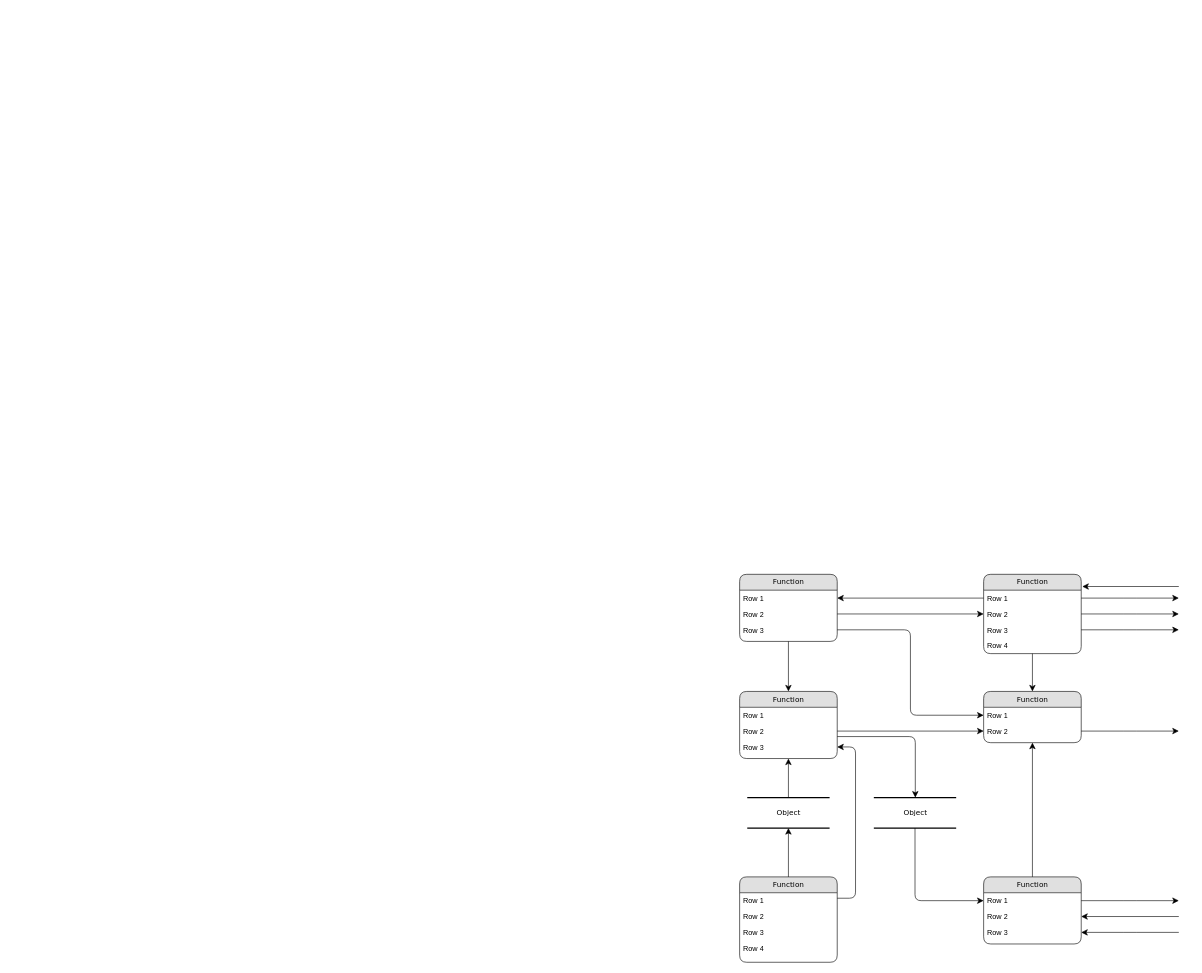
satyajeetsahoo2001/crud keeps this draw.io diagram as subhadra-flow.drawio. Above is the earlier version. Source tidied: cells renumbered, new cells numbered last; positions are measured from the earlier drawing's top-left corner, leaving out a move shared by most shapes. Both pictures are drawn from the tidied source at 61%, with x=0, y=0 at pixel (739, 574).
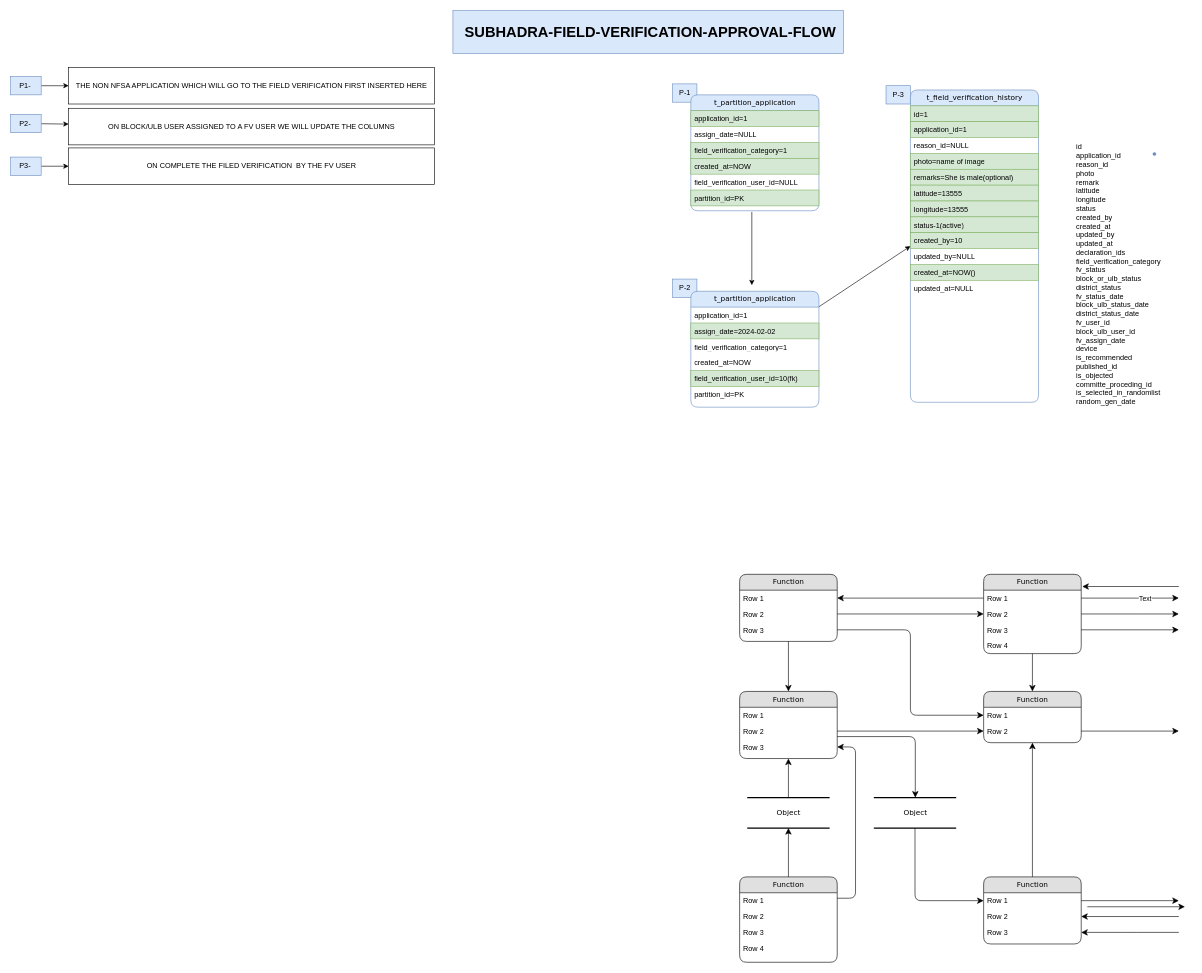
Above is the later version.

Unchanged cells that the change refers to:
```xml
<mxCell id="45" style="edgeStyle=orthogonalEdgeStyle;html=1;exitX=1;exitY=0.5;labelBackgroundColor=none;startFill=0;startSize=8;endFill=1;endSize=8;fontFamily=Verdana;fontSize=12;" parent="1" edge="1" source="8">
  <mxGeometry relative="1" as="geometry">
    <mxPoint x="720" y="39" as="targetPoint" />
  </mxGeometry>
</mxCell>
```

Change to the diagram source:
```diff
@@
+    <mxCell id="49" value="P-3" style="text;html=1;align=center;verticalAlign=middle;strokeColor=#6c8ebf;fillColor=#dae8fc;" parent="1" vertex="1">
+      <mxGeometry x="240" y="-801" width="40" height="30" as="geometry" />
+    </mxCell>
+    <mxCell id="50" value="P-2" style="text;html=1;align=center;verticalAlign=middle;strokeColor=#6c8ebf;fillColor=#dae8fc;" parent="1" vertex="1">
+      <mxGeometry x="-110" y="-484" width="40" height="30" as="geometry" />
+    </mxCell>
@@
+    <mxCell id="51" value="Text" style="edgeLabel;html=1;align=center;verticalAlign=middle;" parent="45" vertex="1">
+      <mxGeometry x="0.29" relative="1" as="geometry">
+        <mxPoint x="1" as="offset" />
+      </mxGeometry>
+    </mxCell>
@@
+    <mxCell id="52" value="&lt;h1&gt;&amp;nbsp;SUBHADRA-FIELD-VERIFICATION-APPROVAL-FLOW&lt;/h1&gt;" style="text;html=1;align=center;verticalAlign=middle;strokeColor=#6c8ebf;fillColor=#dae8fc;" parent="1" vertex="1">
+      <mxGeometry x="-470" y="-924" width="640" height="70" as="geometry" />
+    </mxCell>
+    <mxCell id="53" value="P-1" style="text;html=1;align=center;verticalAlign=middle;strokeColor=#6c8ebf;fillColor=#dae8fc;" parent="1" vertex="1">
+      <mxGeometry x="-110" y="-804" width="40" height="30" as="geometry" />
+    </mxCell>
+    <mxCell id="54" style="edgeStyle=orthogonalEdgeStyle;rounded=0;jettySize=auto;html=1;" parent="1" edge="1" source="55" target="56">
+      <mxGeometry relative="1" as="geometry" />
+    </mxCell>
+    <mxCell id="55" value="P1-&amp;nbsp;" style="text;html=1;align=center;verticalAlign=middle;points=[];strokeColor=#6c8ebf;fillColor=#dae8fc;" parent="1" vertex="1">
+      <mxGeometry x="-1195" y="-816" width="50" height="30" as="geometry" />
+    </mxCell>
+    <mxCell id="56" value="THE NON NFSA APPLICATION WHICH WILL GO TO THE FIELD VERIFICATION FIRST INSERTED HERE" style="whiteSpace=wrap;html=1;" parent="1" vertex="1">
+      <mxGeometry x="-1100" y="-831" width="600" height="60" as="geometry" />
+    </mxCell>
+    <mxCell id="57" style="edgeStyle=none;rounded=0;jettySize=auto;html=1;entryX=0;entryY=0.5;entryDx=0;entryDy=0;" parent="1" edge="1" source="58" target="79">
+      <mxGeometry relative="1" as="geometry" />
+    </mxCell>
+    <mxCell id="58" value="t_partition_application" style="swimlane;html=1;fontStyle=0;horizontal=1;startSize=26;fillColor=#dae8fc;swimlaneFillColor=#ffffff;align=center;rounded=1;shadow=0;comic=0;labelBackgroundColor=none;strokeWidth=1;fontFamily=Verdana;fontSize=12;strokeColor=#6c8ebf;" parent="1" vertex="1">
+      <mxGeometry x="-80" y="-464" width="210" height="190" as="geometry" />
+    </mxCell>
+    <mxCell id="59" value="application_id=1" style="text;html=1;strokeColor=none;fillColor=none;spacingLeft=4;spacingRight=4;whiteSpace=wrap;overflow=hidden;" parent="58" vertex="1">
+      <mxGeometry y="26" width="210" height="26" as="geometry" />
+    </mxCell>
+    <mxCell id="60" value="assign_date=2024-02-02" style="text;html=1;strokeColor=#82b366;fillColor=#d5e8d4;spacingLeft=4;spacingRight=4;whiteSpace=wrap;overflow=hidden;" parent="58" vertex="1">
+      <mxGeometry y="52" width="210" height="26" as="geometry" />
+    </mxCell>
+    <mxCell id="61" value="field_verification_category=1" style="text;html=1;strokeColor=none;fillColor=none;spacingLeft=4;spacingRight=4;whiteSpace=wrap;overflow=hidden;" parent="58" vertex="1">
+      <mxGeometry y="78" width="210" height="26" as="geometry" />
+    </mxCell>
+    <mxCell id="62" value="created_at=NOW" style="text;html=1;strokeColor=none;fillColor=none;spacingLeft=4;spacingRight=4;whiteSpace=wrap;overflow=hidden;" parent="58" vertex="1">
+      <mxGeometry y="104" width="210" height="26" as="geometry" />
+    </mxCell>
+    <mxCell id="63" value="field_verification_user_id=10(fk)" style="text;html=1;strokeColor=#82b366;fillColor=#d5e8d4;spacingLeft=4;spacingRight=4;whiteSpace=wrap;overflow=hidden;" parent="58" vertex="1">
+      <mxGeometry y="130" width="210" height="26" as="geometry" />
+    </mxCell>
+    <mxCell id="64" value="partition_id=PK" style="text;html=1;strokeColor=none;fillColor=none;spacingLeft=4;spacingRight=4;whiteSpace=wrap;overflow=hidden;" parent="58" vertex="1">
+      <mxGeometry y="156" width="210" height="26" as="geometry" />
+    </mxCell>
+    <mxCell id="65" style="edgeStyle=orthogonalEdgeStyle;html=1;exitX=1;exitY=0.5;labelBackgroundColor=none;startFill=0;startSize=8;endFill=1;endSize=8;fontFamily=Verdana;fontSize=12;" parent="1" edge="1">
+      <mxGeometry relative="1" as="geometry">
+        <mxPoint x="570" y="545" as="sourcePoint" />
+        <mxPoint x="730" y="545" as="targetPoint" />
+      </mxGeometry>
+    </mxCell>
+    <mxCell id="66" style="edgeStyle=none;rounded=0;jettySize=auto;html=1;" parent="1" edge="1" source="67" target="68">
+      <mxGeometry relative="1" as="geometry" />
+    </mxCell>
+    <mxCell id="67" value="P2-&amp;nbsp;" style="text;html=1;align=center;verticalAlign=middle;points=[];strokeColor=#6c8ebf;fillColor=#dae8fc;" parent="1" vertex="1">
+      <mxGeometry x="-1195" y="-754" width="50" height="30" as="geometry" />
+    </mxCell>
+    <mxCell id="68" value="ON BLOCK/ULB USER ASSIGNED TO A FV USER WE WILL UPDATE THE COLUMNS" style="whiteSpace=wrap;html=1;" parent="1" vertex="1">
+      <mxGeometry x="-1100" y="-764" width="600" height="60" as="geometry" />
+    </mxCell>
+    <mxCell id="69" value="t_partition_application" style="swimlane;html=1;fontStyle=0;horizontal=1;startSize=26;fillColor=#dae8fc;swimlaneFillColor=#ffffff;align=center;rounded=1;shadow=0;comic=0;labelBackgroundColor=none;strokeWidth=1;fontFamily=Verdana;fontSize=12;strokeColor=#6c8ebf;" parent="1" vertex="1">
+      <mxGeometry x="-80" y="-786" width="210" height="190" as="geometry" />
+    </mxCell>
+    <mxCell id="70" value="application_id=1" style="text;html=1;strokeColor=#82b366;fillColor=#d5e8d4;spacingLeft=4;spacingRight=4;whiteSpace=wrap;overflow=hidden;" parent="69" vertex="1">
+      <mxGeometry y="26" width="210" height="26" as="geometry" />
+    </mxCell>
+    <mxCell id="71" value="assign_date=NULL" style="text;html=1;spacingLeft=4;spacingRight=4;whiteSpace=wrap;overflow=hidden;" parent="69" vertex="1">
+      <mxGeometry y="52" width="210" height="26" as="geometry" />
+    </mxCell>
+    <mxCell id="72" value="field_verification_category=1" style="text;html=1;strokeColor=#82b366;fillColor=#d5e8d4;spacingLeft=4;spacingRight=4;whiteSpace=wrap;overflow=hidden;" parent="69" vertex="1">
+      <mxGeometry y="78" width="210" height="26" as="geometry" />
+    </mxCell>
+    <mxCell id="73" value="created_at=NOW" style="text;html=1;strokeColor=#82b366;fillColor=#d5e8d4;spacingLeft=4;spacingRight=4;whiteSpace=wrap;overflow=hidden;" parent="69" vertex="1">
+      <mxGeometry y="104" width="210" height="26" as="geometry" />
+    </mxCell>
+    <mxCell id="74" value="field_verification_user_id=NULL" style="text;html=1;strokeColor=none;fillColor=none;spacingLeft=4;spacingRight=4;whiteSpace=wrap;overflow=hidden;" parent="69" vertex="1">
+      <mxGeometry y="130" width="210" height="26" as="geometry" />
+    </mxCell>
+    <mxCell id="75" value="partition_id=PK" style="text;html=1;strokeColor=#82b366;fillColor=#d5e8d4;spacingLeft=4;spacingRight=4;whiteSpace=wrap;overflow=hidden;" parent="69" vertex="1">
+      <mxGeometry y="156" width="210" height="26" as="geometry" />
+    </mxCell>
+    <mxCell id="76" style="edgeStyle=none;rounded=0;jettySize=auto;html=1;" parent="1" edge="1" source="77" target="78">
+      <mxGeometry relative="1" as="geometry" />
+    </mxCell>
+    <mxCell id="77" value="P3-&amp;nbsp;" style="text;html=1;align=center;verticalAlign=middle;points=[];strokeColor=#6c8ebf;fillColor=#dae8fc;" parent="1" vertex="1">
+      <mxGeometry x="-1195" y="-684" width="50" height="30" as="geometry" />
+    </mxCell>
+    <mxCell id="78" value="ON COMPLETE THE FILED VERIFICATION&amp;nbsp; BY THE FV USER" style="whiteSpace=wrap;html=1;" parent="1" vertex="1">
+      <mxGeometry x="-1100" y="-699" width="600" height="60" as="geometry" />
+    </mxCell>
+    <mxCell id="79" value="t_field_verification_history" style="swimlane;html=1;fontStyle=0;horizontal=1;startSize=26;fillColor=#dae8fc;swimlaneFillColor=#ffffff;align=center;rounded=1;shadow=0;comic=0;labelBackgroundColor=none;strokeWidth=1;fontFamily=Verdana;fontSize=12;strokeColor=#6c8ebf;" parent="1" vertex="1">
+      <mxGeometry x="280" y="-794" width="210" height="512" as="geometry" />
+    </mxCell>
+    <mxCell id="80" value="id=1&lt;span style=&quot;white-space: pre;&quot;&gt;&#9;&lt;/span&gt;" style="text;html=1;strokeColor=#82b366;fillColor=#d5e8d4;spacingLeft=4;spacingRight=4;whiteSpace=wrap;overflow=hidden;" parent="79" vertex="1">
+      <mxGeometry y="26" width="210" height="26" as="geometry" />
+    </mxCell>
+    <mxCell id="81" value="application_id=1&lt;div&gt;&lt;br&gt;&lt;/div&gt;" style="text;html=1;strokeColor=#82b366;fillColor=#d5e8d4;spacingLeft=4;spacingRight=4;whiteSpace=wrap;overflow=hidden;" parent="79" vertex="1">
+      <mxGeometry y="52" width="210" height="26" as="geometry" />
+    </mxCell>
+    <mxCell id="82" value="&lt;div&gt;reason_id=NULL&lt;/div&gt;" style="text;html=1;spacingLeft=4;spacingRight=4;whiteSpace=wrap;overflow=hidden;" parent="79" vertex="1">
+      <mxGeometry y="78" width="210" height="26" as="geometry" />
+    </mxCell>
+    <mxCell id="83" value="photo=name of image" style="text;html=1;spacingLeft=4;spacingRight=4;whiteSpace=wrap;overflow=hidden;fillColor=#d5e8d4;strokeColor=#82b366;" parent="79" vertex="1">
+      <mxGeometry y="104" width="210" height="26" as="geometry" />
+    </mxCell>
+    <mxCell id="84" value="remarks=She is male(optional)" style="text;html=1;spacingLeft=4;spacingRight=4;whiteSpace=wrap;overflow=hidden;fillColor=#d5e8d4;strokeColor=#82b366;" parent="79" vertex="1">
+      <mxGeometry y="130" width="210" height="26" as="geometry" />
+    </mxCell>
+    <mxCell id="85" value="latitude=13555" style="text;html=1;spacingLeft=4;spacingRight=4;whiteSpace=wrap;overflow=hidden;fillColor=#d5e8d4;strokeColor=#82b366;" parent="79" vertex="1">
+      <mxGeometry y="156" width="210" height="26" as="geometry" />
+    </mxCell>
+    <mxCell id="86" value="longitude=13555" style="text;html=1;spacingLeft=4;spacingRight=4;whiteSpace=wrap;overflow=hidden;fillColor=#d5e8d4;strokeColor=#82b366;" parent="79" vertex="1">
+      <mxGeometry y="182" width="210" height="26" as="geometry" />
+    </mxCell>
+    <mxCell id="87" value="status-1(active)" style="text;html=1;spacingLeft=4;spacingRight=4;whiteSpace=wrap;overflow=hidden;fillColor=#d5e8d4;strokeColor=#82b366;" parent="79" vertex="1">
+      <mxGeometry y="208" width="210" height="26" as="geometry" />
+    </mxCell>
+    <mxCell id="88" value="created_by=10" style="text;html=1;spacingLeft=4;spacingRight=4;whiteSpace=wrap;overflow=hidden;fillColor=#d5e8d4;strokeColor=#82b366;" parent="79" vertex="1">
+      <mxGeometry y="234" width="210" height="26" as="geometry" />
+    </mxCell>
+    <mxCell id="89" value="updated_by=NULL" style="text;html=1;spacingLeft=4;spacingRight=4;whiteSpace=wrap;overflow=hidden;" parent="79" vertex="1">
+      <mxGeometry y="260" width="210" height="26" as="geometry" />
+    </mxCell>
+    <mxCell id="90" value="created_at=NOW()" style="text;html=1;spacingLeft=4;spacingRight=4;whiteSpace=wrap;overflow=hidden;fillColor=#d5e8d4;strokeColor=#82b366;" parent="79" vertex="1">
+      <mxGeometry y="286" width="210" height="26" as="geometry" />
+    </mxCell>
+    <mxCell id="91" value="updated_at=NULL" style="text;html=1;spacingLeft=4;spacingRight=4;whiteSpace=wrap;overflow=hidden;" parent="79" vertex="1">
+      <mxGeometry y="312" width="210" height="26" as="geometry" />
+    </mxCell>
+    <mxCell id="92" style="shape=waypoint;sketch=0;size=6;fillColor=#dae8fc;perimeter=centerPerimeter;fontFamily=Verdana;strokeColor=#6c8ebf;fontStyle=0;startSize=26;swimlaneFillColor=#ffffff;rounded=1;shadow=0;comic=0;labelBackgroundColor=none;strokeWidth=1;" parent="1" vertex="1">
+      <mxGeometry x="670" y="-699" width="20" height="20" as="geometry" />
+    </mxCell>
+    <mxCell id="93" style="edgeStyle=none;rounded=0;orthogonalLoop=1;jettySize=auto;html=1;" parent="1" edge="1">
+      <mxGeometry relative="1" as="geometry">
+        <mxPoint x="20" y="-594" as="sourcePoint" />
+        <mxPoint x="20" y="-474" as="targetPoint" />
+        <Array as="points">
+          <mxPoint x="20" y="-494" />
+        </Array>
+      </mxGeometry>
+    </mxCell>
+    <mxCell id="94" value="id&#10;application_id&#10;reason_id&#10;photo&#10;remark&#10;latitude&#10;longitude&#10;status&#10;created_by&#10;created_at&#10;updated_by&#10;updated_at&#10;declaration_ids&#10;field_verification_category&#10;fv_status&#10;block_or_ulb_status&#10;district_status&#10;fv_status_date&#10;block_ulb_status_date&#10;district_status_date&#10;fv_user_id&#10;block_ulb_user_id&#10;fv_assign_date&#10;device&#10;is_recommended&#10;published_id&#10;is_objected&#10;committe_proceding_id&#10;is_selected_in_randomlist&#10;random_gen_date" style="text;whiteSpace=wrap;" parent="1" vertex="1">
+      <mxGeometry x="550" y="-714" width="170" height="460" as="geometry" />
+    </mxCell>
```
